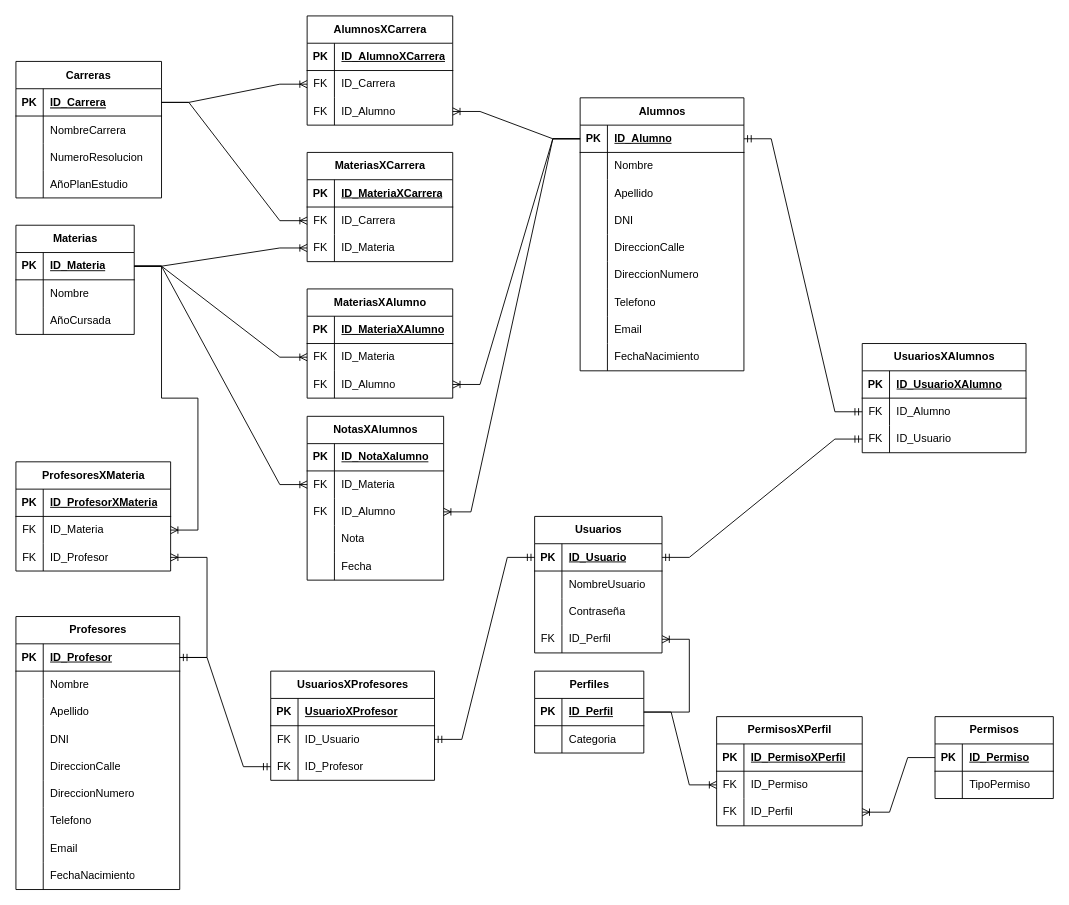
Before: Proyecto final/Diagrama sin título.drawio in LeoTolussoG/Hilet, a draw.io diagram. Source tidied: cells renumbered, new cells numbered last; positions are measured from the earlier drawing's top-left corner, leaving out a move shared by most shapes. Both pictures are drawn from the tidied source at 91%, with x=0, y=0 at pixel (15, 15).
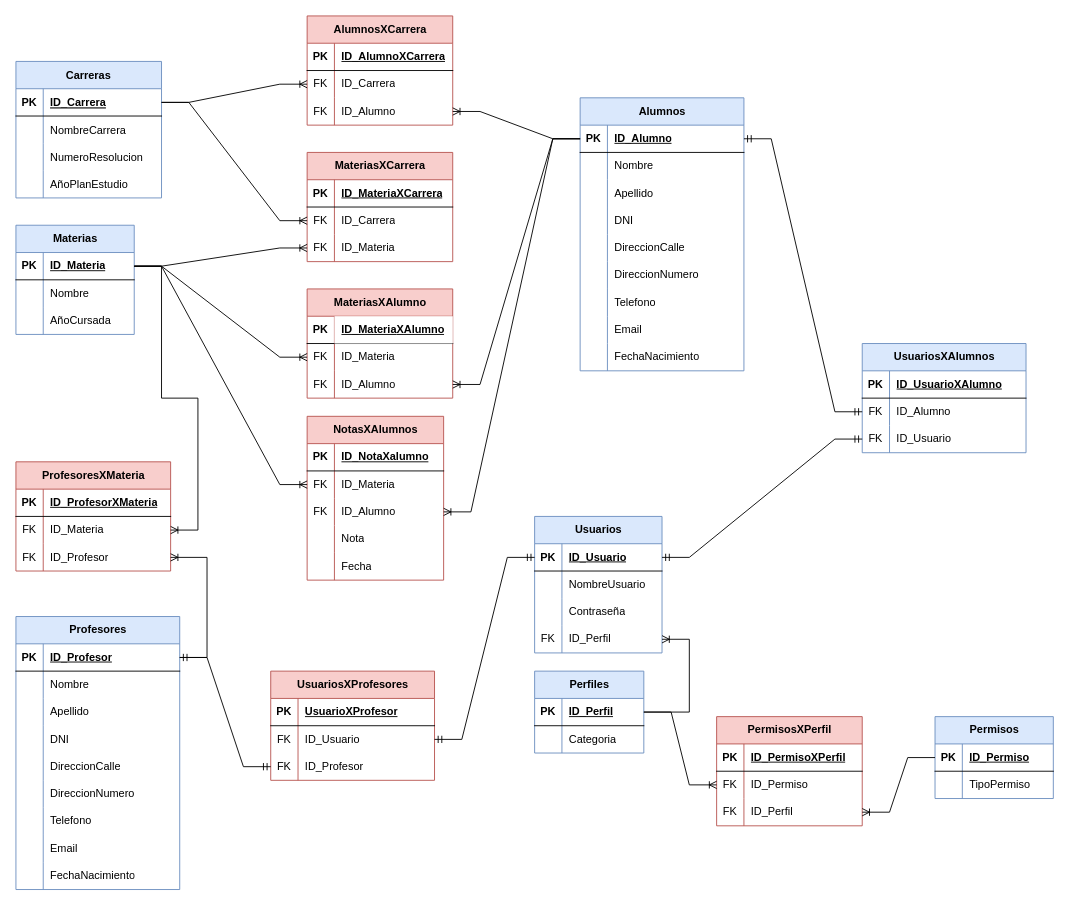
The same diagram, later.

Commit message:
Actualizar Diagramadrawio

The change refers to these unchanged cells:
```xml
<mxCell id="46" style="shape=tableRow;horizontal=0;startSize=0;swimlaneHead=0;swimlaneBody=0;fillColor=none;top=0;left=0;right=0;bottom=1;" parent="45" vertex="1">
  <mxGeometry y="30" width="160" height="30" as="geometry" />
</mxCell>
```

Change to the diagram source:
```diff
@@
-    <mxCell id="2" value="Carreras" style="shape=table;startSize=30;childLayout=tableLayout;rowLines=0;fontStyle=1;align=center;" parent="1" vertex="1">
+    <mxCell id="2" value="Carreras" style="shape=table;startSize=30;childLayout=tableLayout;rowLines=0;fontStyle=1;align=center;fillColor=#dae8fc;strokeColor=#6c8ebf;" parent="1" vertex="1">
       <mxGeometry y="50" width="160" height="150" as="geometry" />
     </mxCell>
@@
-    <mxCell id="15" value="AlumnosXCarrera" style="shape=table;startSize=30;childLayout=tableLayout;rowLines=0;fontStyle=1;align=center;html=1;" parent="1" vertex="1">
+    <mxCell id="15" value="AlumnosXCarrera" style="shape=table;startSize=30;childLayout=tableLayout;rowLines=0;fontStyle=1;align=center;html=1;fillColor=#f8cecc;strokeColor=#b85450;" parent="1" vertex="1">
       <mxGeometry x="320" width="160" height="120" as="geometry" />
     </mxCell>
@@
-    <mxCell id="25" value="MateriasXCarrera" style="shape=table;startSize=30;childLayout=tableLayout;rowLines=0;fontStyle=1;align=center;html=1;" parent="1" vertex="1">
+    <mxCell id="25" value="MateriasXCarrera" style="shape=table;startSize=30;childLayout=tableLayout;rowLines=0;fontStyle=1;align=center;html=1;fillColor=#f8cecc;strokeColor=#b85450;" parent="1" vertex="1">
       <mxGeometry x="320" y="150" width="160" height="120" as="geometry" />
     </mxCell>
@@
-    <mxCell id="35" value="Materias" style="shape=table;startSize=30;childLayout=tableLayout;rowLines=0;fontStyle=1;align=center;html=1;" parent="1" vertex="1">
+    <mxCell id="35" value="Materias" style="shape=table;startSize=30;childLayout=tableLayout;rowLines=0;fontStyle=1;align=center;html=1;fillColor=#dae8fc;strokeColor=#6c8ebf;" parent="1" vertex="1">
       <mxGeometry y="230" width="130" height="120" as="geometry" />
     </mxCell>
@@
-    <mxCell id="45" value="MateriasXAlumno" style="shape=table;startSize=30;childLayout=tableLayout;rowLines=0;fontStyle=1;align=center;html=1;" parent="1" vertex="1">
+    <mxCell id="45" value="MateriasXAlumno" style="shape=table;startSize=30;childLayout=tableLayout;rowLines=0;fontStyle=1;align=center;html=1;fillColor=#f8cecc;strokeColor=#b85450;" parent="1" vertex="1">
       <mxGeometry x="320" y="300" width="160" height="120" as="geometry" />
     </mxCell>
@@
-    <mxCell id="48" value="ID_Materia&lt;span style=&quot;background-color: initial;&quot;&gt;XAlumno&lt;/span&gt;" style="shape=partialRectangle;fillColor=none;top=0;left=0;bottom=0;right=0;align=left;spacingLeft=6;fontStyle=5;overflow=hidden;whiteSpace=wrap;html=1;" parent="46" vertex="1">
+    <mxCell id="48" value="ID_Materia&lt;span style=&quot;background-color: initial;&quot;&gt;XAlumno&lt;/span&gt;" style="shape=partialRectangle;top=0;left=0;bottom=0;right=0;align=left;spacingLeft=6;fontStyle=5;overflow=hidden;whiteSpace=wrap;html=1;" parent="46" vertex="1">
       <mxGeometry x="30" width="130" height="30" as="geometry" />
     </mxCell>
@@
-    <mxCell id="55" value="NotasXAlumnos" style="shape=table;startSize=30;childLayout=tableLayout;rowLines=0;fontStyle=1;align=center;html=1;" parent="1" vertex="1">
+    <mxCell id="55" value="NotasXAlumnos" style="shape=table;startSize=30;childLayout=tableLayout;rowLines=0;fontStyle=1;align=center;html=1;fillColor=#f8cecc;strokeColor=#b85450;" parent="1" vertex="1">
       <mxGeometry x="320" y="440" width="150" height="180" as="geometry" />
     </mxCell>
@@
-    <mxCell id="71" value="ProfesoresXMateria" style="shape=table;startSize=30;childLayout=tableLayout;rowLines=0;fontStyle=1;align=center;html=1;" parent="1" vertex="1">
+    <mxCell id="71" value="ProfesoresXMateria" style="shape=table;startSize=30;childLayout=tableLayout;rowLines=0;fontStyle=1;align=center;html=1;fillColor=#f8cecc;strokeColor=#b85450;" parent="1" vertex="1">
       <mxGeometry y="490" width="170" height="120" as="geometry" />
     </mxCell>
@@
-    <mxCell id="81" value="Profesores" style="shape=table;startSize=30;childLayout=tableLayout;rowLines=0;fontStyle=1;align=center;html=1;" parent="1" vertex="1">
+    <mxCell id="81" value="Profesores" style="shape=table;startSize=30;childLayout=tableLayout;rowLines=0;fontStyle=1;align=center;html=1;fillColor=#dae8fc;strokeColor=#6c8ebf;" parent="1" vertex="1">
       <mxGeometry y="660" width="180" height="300" as="geometry" />
     </mxCell>
@@
-    <mxCell id="109" value="Alumnos" style="shape=table;startSize=30;childLayout=tableLayout;rowLines=0;fontStyle=1;align=center;html=1;" parent="1" vertex="1">
+    <mxCell id="109" value="Alumnos" style="shape=table;startSize=30;childLayout=tableLayout;rowLines=0;fontStyle=1;align=center;html=1;fillColor=#dae8fc;strokeColor=#6c8ebf;" parent="1" vertex="1">
       <mxGeometry x="620" y="90" width="180" height="300" as="geometry" />
     </mxCell>
@@
-    <mxCell id="147" value="Usuarios" style="shape=table;startSize=30;childLayout=tableLayout;rowLines=0;fontStyle=1;align=center;html=1;" parent="1" vertex="1">
+    <mxCell id="147" value="Usuarios" style="shape=table;startSize=30;childLayout=tableLayout;rowLines=0;fontStyle=1;align=center;html=1;fillColor=#dae8fc;strokeColor=#6c8ebf;" parent="1" vertex="1">
       <mxGeometry x="570" y="550" width="140" height="150" as="geometry" />
     </mxCell>
@@
-    <mxCell id="160" value="Perfiles" style="shape=table;startSize=30;childLayout=tableLayout;rowLines=0;fontStyle=1;align=center;html=1;" parent="1" vertex="1">
+    <mxCell id="160" value="Perfiles" style="shape=table;startSize=30;childLayout=tableLayout;rowLines=0;fontStyle=1;align=center;html=1;fillColor=#dae8fc;strokeColor=#6c8ebf;" parent="1" vertex="1">
       <mxGeometry x="570" y="720" width="120" height="90" as="geometry" />
     </mxCell>
@@
-    <mxCell id="167" value="PermisosXPerfil" style="shape=table;startSize=30;childLayout=tableLayout;rowLines=0;fontStyle=1;align=center;html=1;" parent="1" vertex="1">
+    <mxCell id="167" value="PermisosXPerfil" style="shape=table;startSize=30;childLayout=tableLayout;rowLines=0;fontStyle=1;align=center;html=1;fillColor=#f8cecc;strokeColor=#b85450;" parent="1" vertex="1">
       <mxGeometry x="770" y="770" width="160" height="120" as="geometry" />
     </mxCell>
@@
-    <mxCell id="177" value="Permisos" style="shape=table;startSize=30;childLayout=tableLayout;rowLines=0;fontStyle=1;align=center;html=1;" parent="1" vertex="1">
+    <mxCell id="177" value="Permisos" style="shape=table;startSize=30;childLayout=tableLayout;rowLines=0;fontStyle=1;align=center;html=1;fillColor=#dae8fc;strokeColor=#6c8ebf;" parent="1" vertex="1">
       <mxGeometry x="1010" y="770" width="130" height="90" as="geometry" />
     </mxCell>
@@
-    <mxCell id="184" value="UsuariosXProfesores" style="shape=table;startSize=30;childLayout=tableLayout;rowLines=0;fontStyle=1;align=center;html=1;" parent="1" vertex="1">
+    <mxCell id="184" value="UsuariosXProfesores" style="shape=table;startSize=30;childLayout=tableLayout;rowLines=0;fontStyle=1;align=center;html=1;fillColor=#f8cecc;strokeColor=#b85450;" parent="1" vertex="1">
       <mxGeometry x="280" y="720" width="180" height="120" as="geometry" />
     </mxCell>
@@
-    <mxCell id="194" value="UsuariosXAlumnos" style="shape=table;startSize=30;childLayout=tableLayout;rowLines=0;fontStyle=1;align=center;html=1;" parent="1" vertex="1">
+    <mxCell id="194" value="UsuariosXAlumnos" style="shape=table;startSize=30;childLayout=tableLayout;rowLines=0;fontStyle=1;align=center;html=1;fillColor=#dae8fc;strokeColor=#6c8ebf;" parent="1" vertex="1">
       <mxGeometry x="930" y="360" width="180" height="120" as="geometry" />
     </mxCell>
```
